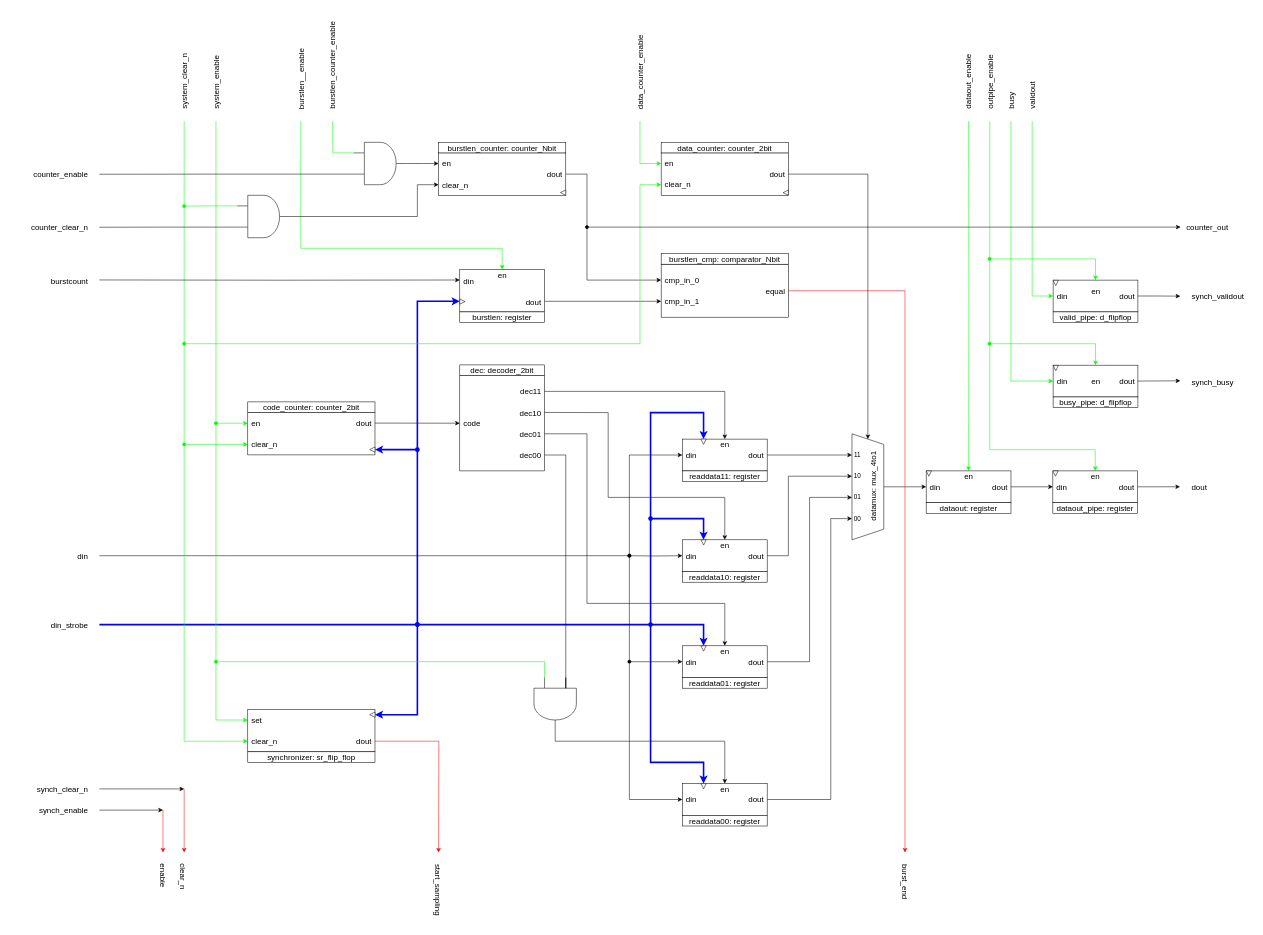
Before: page "synchronizer RTL" (9 of 12) of hyperram_system/ip/avs_to_hram_converter/schematics/avs_to_hram_converter.drawio in AndreaBononi/Intel_Cyclone10LP_systems, a draw.io diagram. Source tidied: cells renumbered, new cells numbered last; positions are measured from the earlier drawing's top-left corner, leaving out a move shared by most shapes. Both pictures are drawn from the tidied source at 53%, with x=0, y=0 at pixel (20, 51).
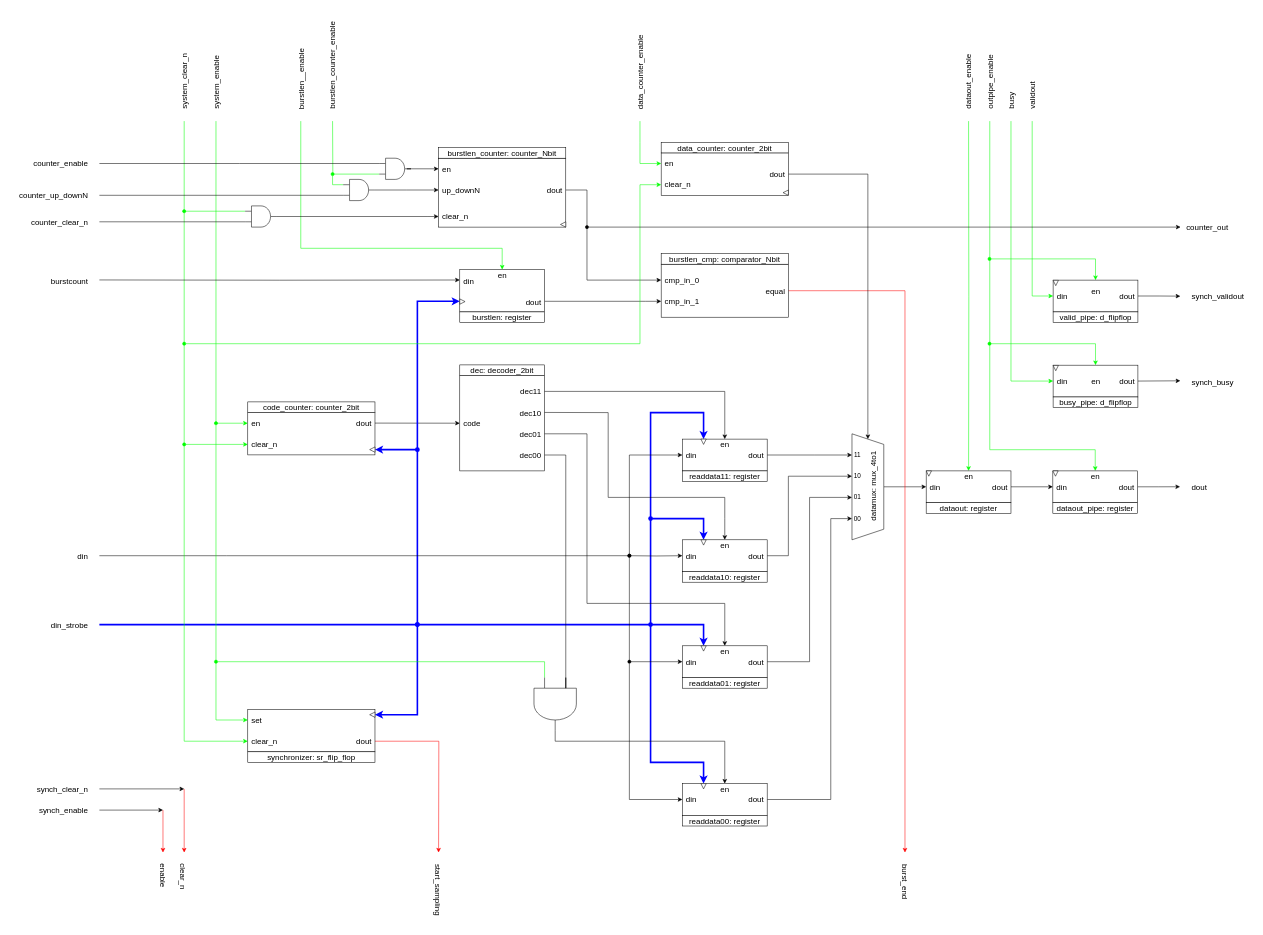
The same page after the edit.

What changed in the source:
```diff
@@
-    <mxCell id="101" style="edgeStyle=orthogonalEdgeStyle;rounded=0;jettySize=auto;html=1;entryX=0;entryY=0.25;entryDx=0;entryDy=0;strokeColor=default;exitX=1;exitY=0.5;exitDx=0;exitDy=0;exitPerimeter=0;" parent="1" edge="1" source="177" target="103">
+    <mxCell id="101" style="edgeStyle=orthogonalEdgeStyle;rounded=0;jettySize=auto;html=1;strokeColor=default;exitX=1;exitY=0.5;exitDx=0;exitDy=0;exitPerimeter=0;" parent="1" edge="1" source="177">
       <mxGeometry relative="1" as="geometry">
+        <mxPoint x="790" y="221" as="targetPoint" />
         <Array as="points">
-          <mxPoint x="760" y="211" />
-          <mxPoint x="760" y="211" />
+          <mxPoint x="730" y="221" />
+          <mxPoint x="730" y="221" />
         </Array>
       </mxGeometry>
     </mxCell>
-    <mxCell id="102" style="edgeStyle=orthogonalEdgeStyle;rounded=0;jettySize=auto;html=1;exitX=1;exitY=0.5;exitDx=0;exitDy=0;" parent="1" edge="1" source="103">
+    <mxCell id="102" style="edgeStyle=orthogonalEdgeStyle;rounded=0;orthogonalLoop=1;jettySize=auto;html=1;" parent="1" edge="1">
       <mxGeometry relative="1" as="geometry">
+        <mxPoint x="1030" y="261" as="sourcePoint" />
         <mxPoint x="1210" y="431" as="targetPoint" />
         <Array as="points">
-          <mxPoint x="1070" y="231" />
+          <mxPoint x="1070" y="261" />
           <mxPoint x="1070" y="431" />
         </Array>
       </mxGeometry>
     </mxCell>
     <mxCell id="103" style="rounded=0;whiteSpace=wrap;html=1;" parent="1" vertex="1">
-      <mxGeometry x="790" y="191" width="240" height="80" as="geometry" />
+      <mxGeometry x="790" y="201" width="240" height="130" as="geometry" />
     </mxCell>
     <mxCell id="104" value="&lt;font style=&quot;font-size: 15px;&quot;&gt;burstlen_counter: counter_Nbit&lt;/font&gt;" style="rounded=0;whiteSpace=wrap;html=1;" parent="1" vertex="1">
-      <mxGeometry x="790" y="171" width="240" height="20" as="geometry" />
+      <mxGeometry x="790" y="181" width="240" height="20" as="geometry" />
     </mxCell>
     <mxCell id="105" value="&lt;div&gt;&lt;font style=&quot;font-size: 15px;&quot;&gt;en&lt;/font&gt;&lt;/div&gt;" style="text;html=1;align=left;verticalAlign=middle;strokeColor=none;fillColor=none;" parent="1" vertex="1">
-      <mxGeometry x="795" y="196" width="40" height="30" as="geometry" />
+      <mxGeometry x="795" y="206" width="40" height="30" as="geometry" />
     </mxCell>
     <mxCell id="106" style="triangle;whiteSpace=wrap;html=1;direction=west;fontSize=15;" parent="1" vertex="1">
-      <mxGeometry x="1020" y="261" width="10" height="10" as="geometry" />
+      <mxGeometry x="1020" y="321" width="10" height="10" as="geometry" />
     </mxCell>
     <mxCell id="107" value="&lt;font style=&quot;font-size: 15px;&quot;&gt;dout&lt;/font&gt;" style="text;html=1;align=right;verticalAlign=middle;strokeColor=none;fillColor=none;" parent="1" vertex="1">
-      <mxGeometry x="975" y="216" width="50" height="30" as="geometry" />
+      <mxGeometry x="975" y="246" width="50" height="30" as="geometry" />
     </mxCell>
@@
-    <mxCell id="124" style="edgeStyle=orthogonalEdgeStyle;rounded=0;jettySize=auto;html=1;entryX=0;entryY=0.75;entryDx=0;entryDy=0;strokeColor=default;startArrow=none;startFill=0;exitX=1;exitY=0.5;exitDx=0;exitDy=0;exitPerimeter=0;" parent="1" edge="1" source="173" target="103">
+    <mxCell id="124" style="edgeStyle=orthogonalEdgeStyle;rounded=0;jettySize=auto;html=1;strokeColor=default;startArrow=none;startFill=0;exitX=1;exitY=0.5;exitDx=0;exitDy=0;exitPerimeter=0;" parent="1" edge="1" source="173">
       <mxGeometry relative="1" as="geometry">
+        <mxPoint x="790" y="311" as="targetPoint" />
         <Array as="points">
-          <mxPoint x="750" y="311" />
-          <mxPoint x="750" y="251" />
+          <mxPoint x="770" y="311" />
+          <mxPoint x="770" y="311" />
         </Array>
       </mxGeometry>
     </mxCell>
     <mxCell id="125" value="&lt;font style=&quot;font-size: 15px;&quot;&gt;clear_n&lt;/font&gt;" style="text;html=1;align=left;verticalAlign=middle;strokeColor=none;fillColor=none;" parent="1" vertex="1">
-      <mxGeometry x="795" y="236" width="70" height="30" as="geometry" />
+      <mxGeometry x="795" y="296" width="70" height="30" as="geometry" />
     </mxCell>
@@
     <mxCell id="171" style="edgeStyle=orthogonalEdgeStyle;rounded=0;jettySize=auto;html=1;exitX=0;exitY=0.25;exitDx=0;exitDy=0;exitPerimeter=0;endArrow=oval;endFill=1;strokeColor=#00FF00;" parent="1" edge="1" source="173">
       <mxGeometry relative="1" as="geometry">
-        <mxPoint x="310" y="291.3" as="targetPoint" />
+        <mxPoint x="310" y="301" as="targetPoint" />
       </mxGeometry>
     </mxCell>
     <mxCell id="172" style="edgeStyle=orthogonalEdgeStyle;rounded=0;jettySize=auto;html=1;exitX=0;exitY=0.75;exitDx=0;exitDy=0;exitPerimeter=0;endArrow=none;endFill=0;" parent="1" edge="1" source="173">
       <mxGeometry relative="1" as="geometry">
-        <mxPoint x="150" y="331.3" as="targetPoint" />
+        <mxPoint x="150" y="321" as="targetPoint" />
+        <Array as="points">
+          <mxPoint x="150" y="321" />
+        </Array>
       </mxGeometry>
     </mxCell>
     <mxCell id="173" style="verticalLabelPosition=bottom;shadow=0;dashed=0;align=center;html=1;verticalAlign=top;shape=mxgraph.electrical.logic_gates.logic_gate;operation=and;" parent="1" vertex="1">
-      <mxGeometry x="410" y="271" width="100" height="80" as="geometry" />
+      <mxGeometry x="425" y="291" width="60" height="40" as="geometry" />
     </mxCell>
     <mxCell id="174" value="&lt;font style=&quot;font-size: 15px;&quot;&gt;counter_clear_n&lt;/font&gt;" style="text;html=1;align=right;verticalAlign=middle;strokeColor=none;fillColor=none;" parent="1" vertex="1">
-      <mxGeometry y="316" width="130" height="30" as="geometry" />
+      <mxGeometry y="306" width="130" height="30" as="geometry" />
     </mxCell>
-    <mxCell id="175" style="edgeStyle=orthogonalEdgeStyle;rounded=0;jettySize=auto;html=1;exitX=0;exitY=0.25;exitDx=0;exitDy=0;exitPerimeter=0;endArrow=none;endFill=0;strokeColor=#00FF00;" parent="1" edge="1" source="177">
+    <mxCell id="175" style="edgeStyle=orthogonalEdgeStyle;rounded=0;jettySize=auto;html=1;exitX=0;exitY=0.75;exitDx=0;exitDy=0;exitPerimeter=0;endArrow=none;endFill=0;strokeColor=#00FF00;" parent="1" edge="1" source="177">
       <mxGeometry relative="1" as="geometry">
         <mxPoint x="590" y="131" as="targetPoint" />
       </mxGeometry>
     </mxCell>
-    <mxCell id="176" style="edgeStyle=orthogonalEdgeStyle;rounded=0;jettySize=auto;html=1;exitX=0;exitY=0.75;exitDx=0;exitDy=0;exitPerimeter=0;endArrow=none;endFill=0;" parent="1" edge="1" source="177">
+    <mxCell id="176" style="edgeStyle=orthogonalEdgeStyle;rounded=0;jettySize=auto;html=1;exitX=0;exitY=0.25;exitDx=0;exitDy=0;exitPerimeter=0;endArrow=none;endFill=0;" parent="1" edge="1" source="177">
       <mxGeometry relative="1" as="geometry">
-        <mxPoint x="150" y="231.3" as="targetPoint" />
+        <mxPoint x="150" y="211" as="targetPoint" />
       </mxGeometry>
     </mxCell>
     <mxCell id="177" style="verticalLabelPosition=bottom;shadow=0;dashed=0;align=center;html=1;verticalAlign=top;shape=mxgraph.electrical.logic_gates.logic_gate;operation=and;" parent="1" vertex="1">
-      <mxGeometry x="630" y="171" width="100" height="80" as="geometry" />
+      <mxGeometry x="678" y="201" width="60" height="40" as="geometry" />
     </mxCell>
@@
     <mxCell id="179" value="&lt;font style=&quot;font-size: 15px;&quot;&gt;counter_enable&lt;/font&gt;" style="text;html=1;align=right;verticalAlign=middle;strokeColor=none;fillColor=none;" parent="1" vertex="1">
-      <mxGeometry y="216" width="130" height="30" as="geometry" />
+      <mxGeometry y="196" width="130" height="30" as="geometry" />
     </mxCell>
@@
+    <mxCell id="182" style="endArrow=none;html=1;rounded=0;endFill=0;entryX=0;entryY=0.75;entryDx=0;entryDy=0;entryPerimeter=0;" parent="1" edge="1" target="187">
+      <mxGeometry relative="1" as="geometry">
+        <mxPoint x="150" y="271" as="sourcePoint" />
+      </mxGeometry>
+    </mxCell>
+    <mxCell id="183" value="&lt;font style=&quot;font-size: 15px;&quot;&gt;counter_up_downN&lt;/font&gt;" style="text;html=1;align=right;verticalAlign=middle;strokeColor=none;fillColor=none;" parent="1" vertex="1">
+      <mxGeometry x="-20" y="256" width="150" height="30" as="geometry" />
+    </mxCell>
+    <mxCell id="184" value="&lt;font style=&quot;font-size: 15px;&quot;&gt;up_downN&lt;/font&gt;" style="text;html=1;align=left;verticalAlign=middle;strokeColor=none;fillColor=none;" parent="1" vertex="1">
+      <mxGeometry x="795" y="246" width="100" height="30" as="geometry" />
+    </mxCell>
+    <mxCell id="185" style="edgeStyle=orthogonalEdgeStyle;rounded=0;jettySize=auto;html=1;exitX=0;exitY=0.25;exitDx=0;exitDy=0;exitPerimeter=0;endArrow=none;endFill=0;strokeColor=#00FF00;startArrow=oval;startFill=1;entryX=0;entryY=0.25;entryDx=0;entryDy=0;entryPerimeter=0;" parent="1" edge="1" target="187">
+      <mxGeometry relative="1" as="geometry">
+        <mxPoint x="590" y="231" as="sourcePoint" />
+        <Array as="points">
+          <mxPoint x="590" y="251" />
+        </Array>
+      </mxGeometry>
+    </mxCell>
+    <mxCell id="186" style="edgeStyle=orthogonalEdgeStyle;rounded=0;jettySize=auto;html=1;exitX=1;exitY=0.5;exitDx=0;exitDy=0;exitPerimeter=0;" parent="1" edge="1" source="187">
+      <mxGeometry relative="1" as="geometry">
+        <mxPoint x="790" y="261" as="targetPoint" />
+      </mxGeometry>
+    </mxCell>
+    <mxCell id="187" style="verticalLabelPosition=bottom;shadow=0;dashed=0;align=center;html=1;verticalAlign=top;shape=mxgraph.electrical.logic_gates.logic_gate;operation=and;" parent="1" vertex="1">
+      <mxGeometry x="610" y="241" width="60" height="40" as="geometry" />
+    </mxCell>
```
